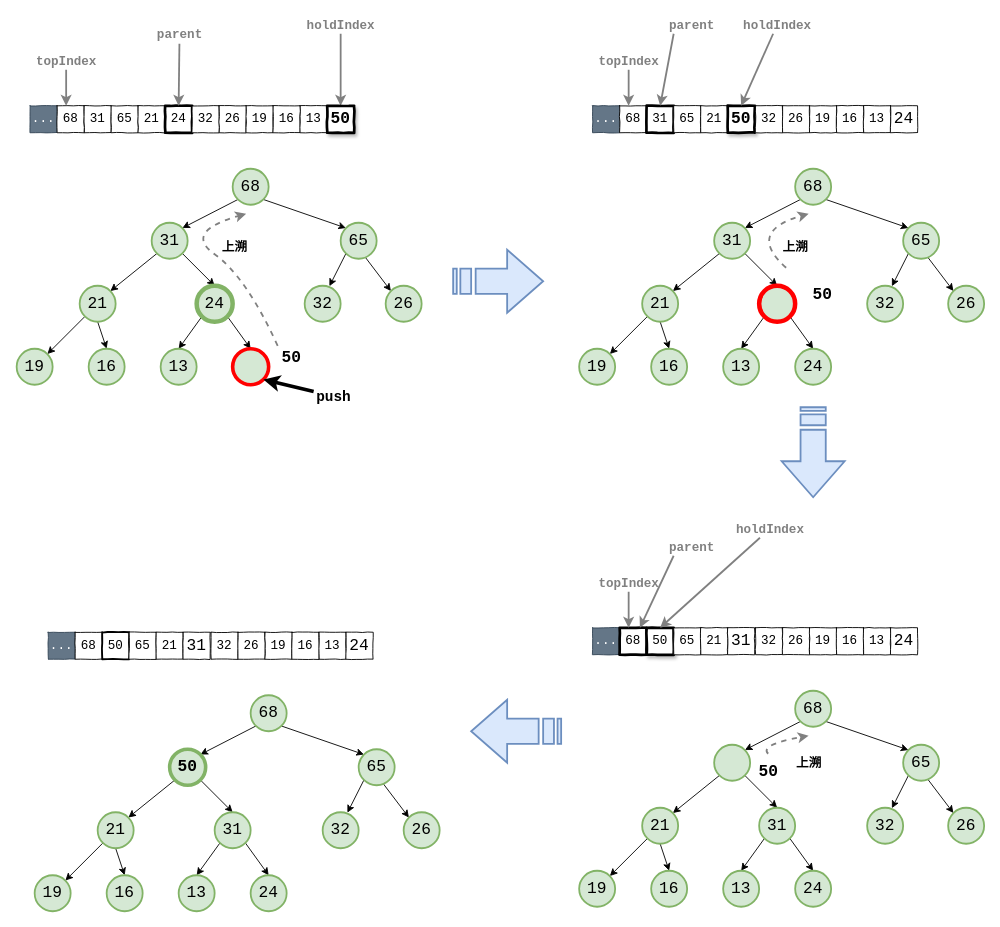
This is BlogImages/STL/push-heap.drawio from JoyChenNo1/JoyChenNo1.github.io, a draw.io file, before an edit. Source tidied: cells renumbered, new cells numbered last; positions are measured from the earlier drawing's top-left corner, leaving out a move shared by most shapes. Both pictures are drawn from the tidied source at 90%, with x=0, y=0 at pixel (16, 15).
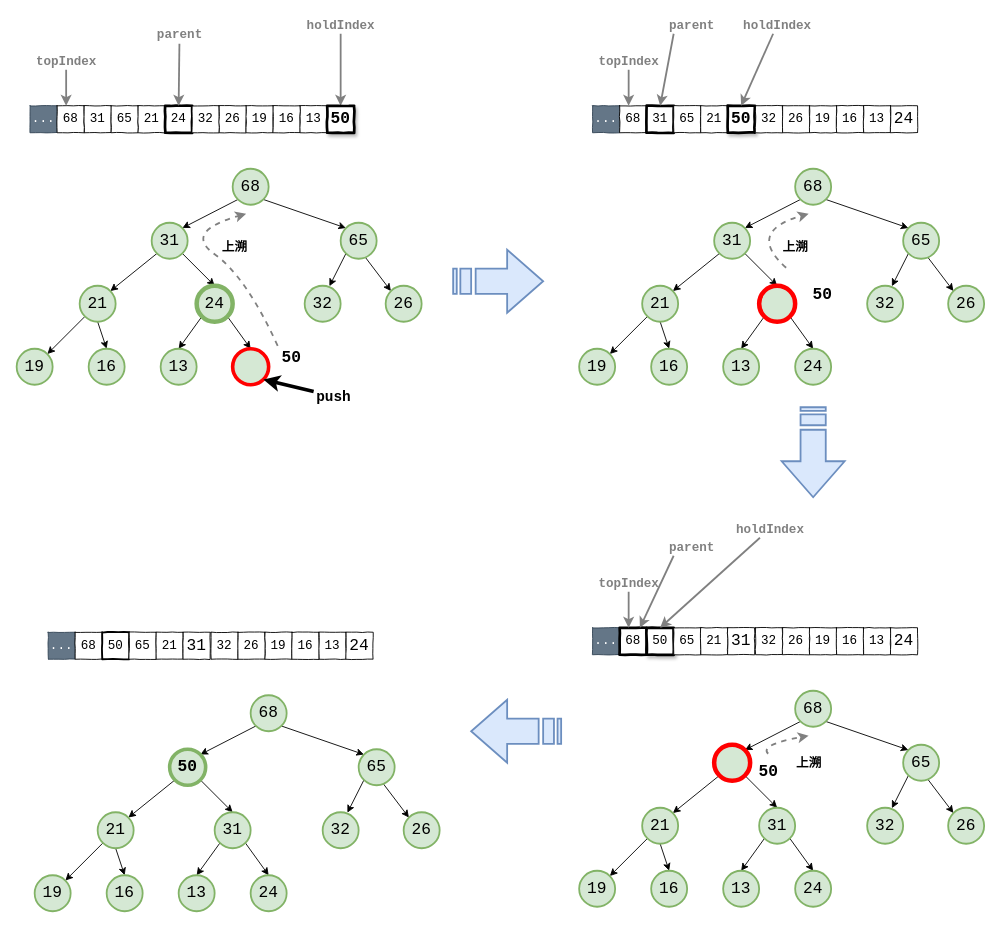
The same diagram, later.

Diff of the diagram source:
```diff
@@
-    <mxCell id="94" style="ellipse;whiteSpace=wrap;html=1;comic=1;jiggle=2;fontFamily=Courier New;fontSize=18;fillColor=#d5e8d4;strokeColor=#82b366;strokeWidth=2;" parent="1" vertex="1">
+    <mxCell id="94" style="ellipse;whiteSpace=wrap;html=1;comic=1;jiggle=2;fontFamily=Courier New;fontSize=18;fillColor=#d5e8d4;strokeWidth=5;strokeColor=#FF0000;" parent="1" vertex="1">
       <mxGeometry x="775" y="810" width="40" height="40" as="geometry" />
     </mxCell>
```
